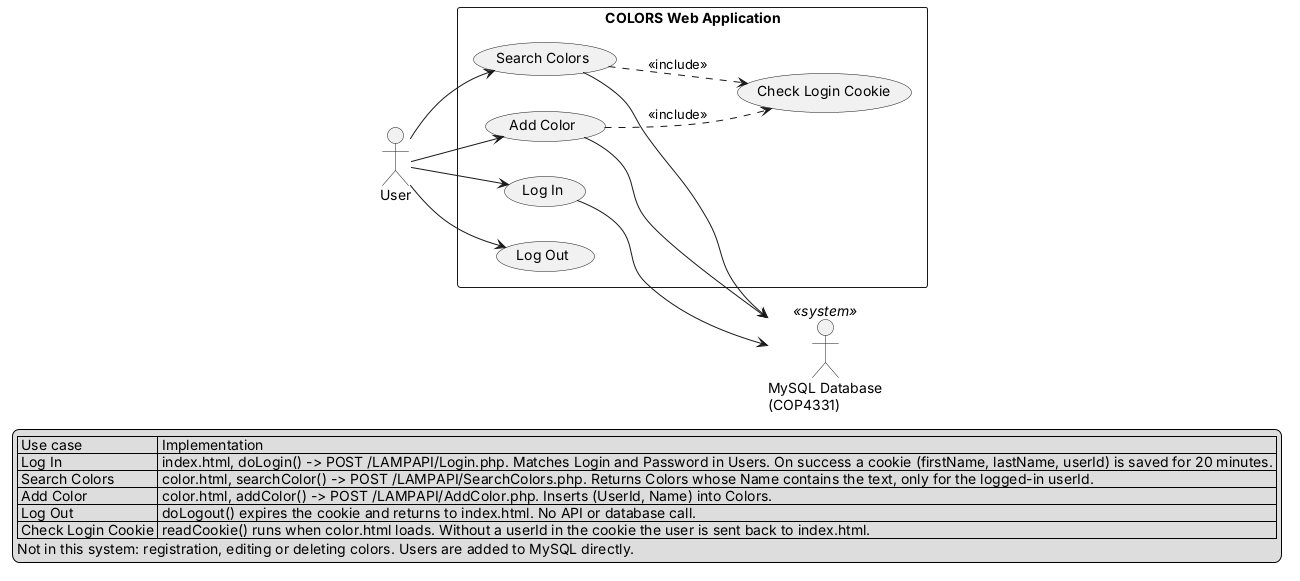
This is docs/uml/usecase.png from acsahl/colors-lab, a PlantUML export, as it was before one commit. The source it was exported from:
```plantuml
@startuml usecase
left to right direction
skinparam packageStyle rectangle
skinparam shadowing false

actor "User" as User
actor "MySQL Database\n(COP4331)" as DB <<system>>

rectangle "COLORS Web Application" {
  usecase "Log In" as UC_Login
  usecase "Search Colors" as UC_Search
  usecase "Add Color" as UC_Add
  usecase "Log Out" as UC_Logout
  usecase "Check Login Cookie" as UC_Cookie
}

User --> UC_Login
User --> UC_Search
User --> UC_Add
User --> UC_Logout

UC_Search ..> UC_Cookie : <<include>>
UC_Add ..> UC_Cookie : <<include>>

UC_Login --> DB
UC_Search --> DB
UC_Add --> DB

legend bottom
  | Use case | Implementation |
  | Log In | index.html, doLogin() -> POST /LAMPAPI/Login.php. Matches Login and Password in Users. On success a cookie (firstName, lastName, userId) is saved for 20 minutes. |
  | Search Colors | color.html, searchColor() -> POST /LAMPAPI/SearchColors.php. Returns Colors whose Name contains the text, only for the logged-in userId. |
  | Add Color | color.html, addColor() -> POST /LAMPAPI/AddColor.php. Inserts (UserId, Name) into Colors. |
  | Log Out | doLogout() expires the cookie and returns to index.html. No API or database call. |
  | Check Login Cookie | readCookie() runs when color.html loads. Without a userId in the cookie the user is sent back to index.html. |
  Not in this system: registration, editing or deleting colors. Users are added to MySQL directly.
endlegend
@enduml
```
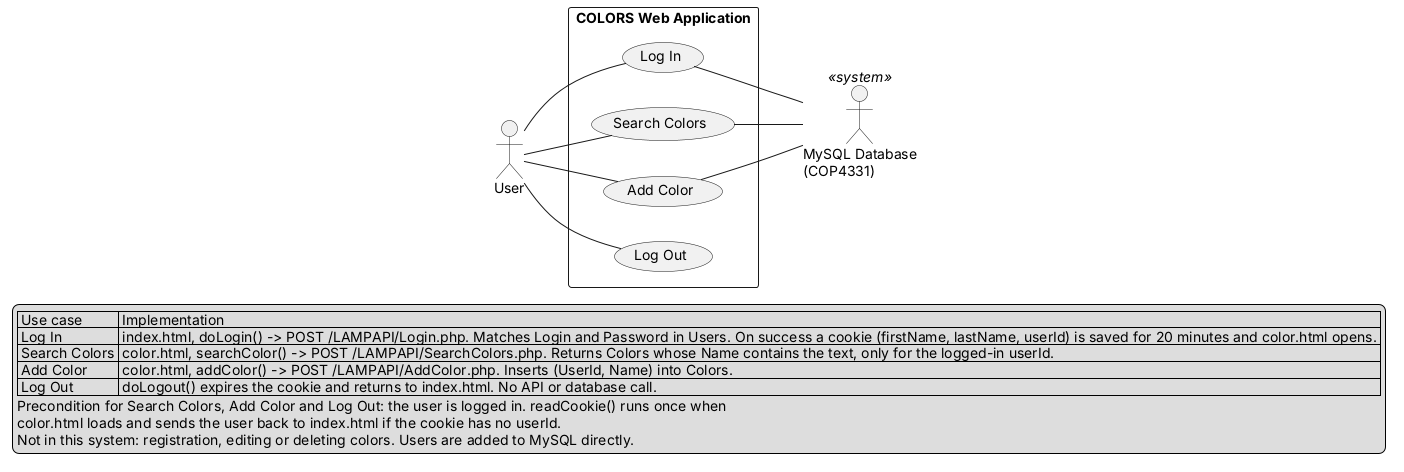
Above is the later version.

The edit, as a diff of the source:
```diff
@@ -11,28 +11,25 @@
   usecase "Search Colors" as UC_Search
   usecase "Add Color" as UC_Add
   usecase "Log Out" as UC_Logout
-  usecase "Check Login Cookie" as UC_Cookie
 }
 
-User --> UC_Login
-User --> UC_Search
-User --> UC_Add
-User --> UC_Logout
+User -- UC_Login
+User -- UC_Search
+User -- UC_Add
+User -- UC_Logout
 
-UC_Search ..> UC_Cookie : <<include>>
-UC_Add ..> UC_Cookie : <<include>>
-
-UC_Login --> DB
-UC_Search --> DB
-UC_Add --> DB
+UC_Login -- DB
+UC_Search -- DB
+UC_Add -- DB
 
 legend bottom
   | Use case | Implementation |
-  | Log In | index.html, doLogin() -> POST /LAMPAPI/Login.php. Matches Login and Password in Users. On success a cookie (firstName, lastName, userId) is saved for 20 minutes. |
+  | Log In | index.html, doLogin() -> POST /LAMPAPI/Login.php. Matches Login and Password in Users. On success a cookie (firstName, lastName, userId) is saved for 20 minutes and color.html opens. |
   | Search Colors | color.html, searchColor() -> POST /LAMPAPI/SearchColors.php. Returns Colors whose Name contains the text, only for the logged-in userId. |
   | Add Color | color.html, addColor() -> POST /LAMPAPI/AddColor.php. Inserts (UserId, Name) into Colors. |
   | Log Out | doLogout() expires the cookie and returns to index.html. No API or database call. |
-  | Check Login Cookie | readCookie() runs when color.html loads. Without a userId in the cookie the user is sent back to index.html. |
+  Precondition for Search Colors, Add Color and Log Out: the user is logged in. readCookie() runs once when
+  color.html loads and sends the user back to index.html if the cookie has no userId.
   Not in this system: registration, editing or deleting colors. Users are added to MySQL directly.
 endlegend
 @enduml
```
